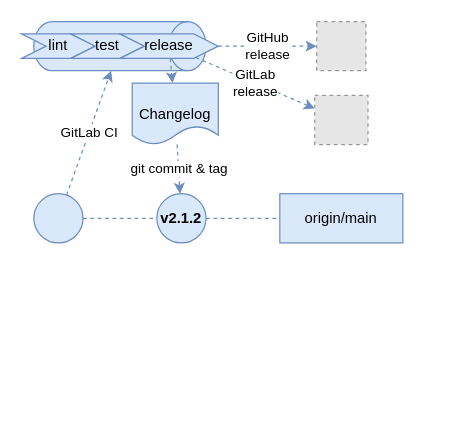
The draw.io diagram page "release" (2 of 5) of images/workflow.drawio in old-xebis/repository-template, before the edit. Source tidied: cells renumbered, new cells numbered last; positions are measured from the earlier drawing's top-left corner, leaving out a move shared by most shapes. Both pictures are drawn from the tidied source at 123%, with x=0, y=0 at pixel (21, -41). Pictures stored in the file or linked from it are replaced by grey dashed boxes.
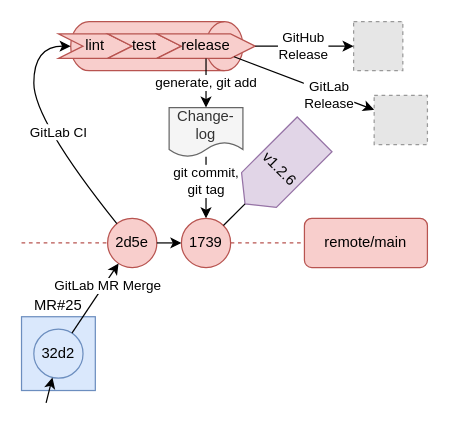
The same diagram, later.

Change to the diagram source:
```diff
@@
-    <mxCell id="0" />
-    <mxCell id="1" parent="0" />
-    <mxCell id="2" value="GitLab CI" style="rounded=0;jettySize=auto;html=1;fillColor=#dae8fc;strokeColor=#6c8ebf;dashed=1;" parent="1" edge="1" source="4" target="6">
-      <mxGeometry relative="1" as="geometry" />
-    </mxCell>
-    <mxCell id="3" style="edgeStyle=none;rounded=0;jettySize=auto;html=1;fillColor=#dae8fc;strokeColor=#6c8ebf;dashed=1;endArrow=none;endFill=0;" parent="1" edge="1" source="4" target="16">
-      <mxGeometry relative="1" as="geometry" />
-    </mxCell>
-    <mxCell id="4" style="ellipse;whiteSpace=wrap;html=1;fillColor=#dae8fc;strokeColor=#6c8ebf;verticalAlign=bottom;labelPosition=center;verticalLabelPosition=top;align=center;" parent="1" vertex="1">
-      <mxGeometry x="10" y="190" width="40" height="40" as="geometry" />
-    </mxCell>
-    <mxCell id="5" style="group;" parent="1" vertex="1">
-      <mxGeometry y="50" width="160" height="40" as="geometry" />
-    </mxCell>
-    <mxCell id="6" style="shape=cylinder3;whiteSpace=wrap;html=1;boundedLbl=1;backgroundOutline=1;size=15;verticalAlign=middle;rotation=90;fillColor=#dae8fc;strokeColor=#6c8ebf;" parent="5" vertex="1">
-      <mxGeometry x="60" y="-50" width="40" height="140" as="geometry" />
-    </mxCell>
+    <mxCell id="20" />
+    <mxCell id="21" parent="20" />
+    <mxCell id="22" value="2d5e" style="ellipse;whiteSpace=wrap;html=1;fillColor=#f8cecc;strokeColor=#b85450;" parent="21" vertex="1">
+      <mxGeometry x="70" y="210" width="40" height="40" as="geometry" />
+    </mxCell>
+    <mxCell id="23" value="1739" style="ellipse;whiteSpace=wrap;html=1;fillColor=#f8cecc;strokeColor=#b85450;" parent="21" vertex="1">
+      <mxGeometry x="130" y="210" width="40" height="40" as="geometry" />
+    </mxCell>
+    <mxCell id="24" value="v1.2.6" style="shape=loopLimit;whiteSpace=wrap;html=1;rotation=45;direction=west;fillColor=#e1d5e7;strokeColor=#9673a6;" parent="21" vertex="1">
+      <mxGeometry x="190" y="130" width="40" height="80" as="geometry" />
+    </mxCell>
+    <mxCell id="25" style="endArrow=classic;html=1;rounded=0;endFill=1;" parent="21" edge="1" source="22" target="23">
+      <mxGeometry relative="1" as="geometry" />
+    </mxCell>
+    <mxCell id="26" style="endArrow=none;html=1;rounded=0;" parent="21" edge="1" source="23" target="24">
+      <mxGeometry relative="1" as="geometry" />
+    </mxCell>
+    <mxCell id="27" style="endArrow=none;dashed=1;html=1;rounded=0;fillColor=#f8cecc;strokeColor=#b85450;" parent="21" edge="1" target="22">
+      <mxGeometry relative="1" as="geometry">
+        <mxPoint y="230" as="sourcePoint" />
+      </mxGeometry>
+    </mxCell>
+    <mxCell id="28" style="endArrow=none;dashed=1;html=1;rounded=0;fillColor=#f8cecc;strokeColor=#b85450;" parent="21" edge="1" source="23" target="38">
+      <mxGeometry relative="1" as="geometry" />
+    </mxCell>
+    <mxCell id="29" style="group;" parent="21" vertex="1">
+      <mxGeometry x="30" y="50" width="160" height="40" as="geometry" />
+    </mxCell>
+    <mxCell id="30" style="shape=cylinder3;whiteSpace=wrap;html=1;boundedLbl=1;backgroundOutline=1;size=15;direction=south;fillColor=#f8cecc;strokeColor=#b85450;" parent="29" vertex="1">
+      <mxGeometry x="10" width="140" height="40" as="geometry" />
+    </mxCell>
-    <mxCell id="7" value="lint" style="shape=step;perimeter=stepPerimeter;whiteSpace=wrap;html=1;fixedSize=1;verticalAlign=middle;fillColor=#dae8fc;strokeColor=#6c8ebf;" parent="5" vertex="1">
+    <mxCell id="7" value="lint" style="shape=step;perimeter=stepPerimeter;whiteSpace=wrap;html=1;fixedSize=1;fillColor=#f8cecc;strokeColor=#b85450;" parent="29" vertex="1">
       <mxGeometry y="10" width="60" height="20" as="geometry" />
     </mxCell>
-    <mxCell id="8" value="test" style="shape=step;perimeter=stepPerimeter;whiteSpace=wrap;html=1;fixedSize=1;verticalAlign=middle;fillColor=#dae8fc;strokeColor=#6c8ebf;" parent="5" vertex="1">
+    <mxCell id="8" value="test" style="shape=step;perimeter=stepPerimeter;whiteSpace=wrap;html=1;fixedSize=1;fillColor=#f8cecc;strokeColor=#b85450;" parent="29" vertex="1">
       <mxGeometry x="40" y="10" width="60" height="20" as="geometry" />
     </mxCell>
-    <mxCell id="9" value="release" style="shape=step;perimeter=stepPerimeter;whiteSpace=wrap;html=1;fixedSize=1;verticalAlign=middle;fillColor=#dae8fc;strokeColor=#6c8ebf;" parent="5" vertex="1">
+    <mxCell id="9" value="release" style="shape=step;perimeter=stepPerimeter;whiteSpace=wrap;html=1;fixedSize=1;fillColor=#f8cecc;strokeColor=#b85450;" parent="29" vertex="1">
       <mxGeometry x="80" y="10" width="80" height="20" as="geometry" />
     </mxCell>
-    <mxCell id="10" value="Changelog" style="shape=document;whiteSpace=wrap;html=1;boundedLbl=1;strokeColor=#6c8ebf;fillColor=#dae8fc;verticalAlign=bottom;" parent="1" vertex="1">
-      <mxGeometry x="90" y="100" width="70" height="50" as="geometry" />
-    </mxCell>
-    <mxCell id="11" style="rounded=0;jettySize=auto;html=1;fillColor=#dae8fc;strokeColor=#6c8ebf;dashed=1;" parent="1" edge="1" source="9" target="10">
-      <mxGeometry relative="1" as="geometry" />
-    </mxCell>
-    <mxCell id="12" value="git commit &amp;amp; tag" style="rounded=0;jettySize=auto;html=1;fillColor=#dae8fc;strokeColor=#6c8ebf;dashed=1;" parent="1" edge="1" source="10" target="16">
-      <mxGeometry relative="1" as="geometry" />
-    </mxCell>
-    <mxCell id="13" value="GitHub&lt;br&gt;release" style="edgeStyle=none;rounded=0;jettySize=auto;html=1;dashed=1;endArrow=classic;endFill=1;strokeColor=#6c8ebf;fillColor=#dae8fc;" parent="1" edge="1" source="9" target="18">
-      <mxGeometry relative="1" as="geometry" />
-    </mxCell>
-    <mxCell id="14" value="GitLab&lt;br&gt;release" style="edgeStyle=none;rounded=0;jettySize=auto;html=1;dashed=1;endArrow=classic;endFill=1;strokeColor=#6c8ebf;fillColor=#dae8fc;" parent="1" edge="1" source="9" target="17">
-      <mxGeometry relative="1" as="geometry" />
-    </mxCell>
-    <mxCell id="15" style="edgeStyle=none;rounded=0;jettySize=auto;html=1;dashed=1;endArrow=none;endFill=0;strokeColor=#6c8ebf;fillColor=#dae8fc;" parent="1" edge="1" source="16" target="19">
-      <mxGeometry relative="1" as="geometry" />
-    </mxCell>
-    <mxCell id="16" value="v2.1.2" style="ellipse;whiteSpace=wrap;html=1;fillColor=#dae8fc;strokeColor=#6c8ebf;verticalAlign=middle;labelPosition=center;verticalLabelPosition=middle;align=center;fontStyle=1;" parent="1" vertex="1">
-      <mxGeometry x="110" y="190" width="40" height="40" as="geometry" />
-    </mxCell>
-    <mxCell id="17" style="fillColor=#E6E6E6;strokeColor=#999999;dashed=1;html=1;verticalLabelPosition=bottom;verticalAlign=top;" parent="1" vertex="1">
-      <mxGeometry x="238.4" y="110" width="43.3" height="40" as="geometry" />
-    </mxCell>
-    <mxCell id="18" style="fillColor=#E6E6E6;strokeColor=#999999;dashed=1;html=1;verticalLabelPosition=bottom;verticalAlign=top;spacing=2;" parent="1" vertex="1">
-      <mxGeometry x="240" y="50" width="40" height="40" as="geometry" />
-    </mxCell>
-    <mxCell id="19" value="origin/main" style="whiteSpace=wrap;html=1;fontStyle=0;strokeColor=#6c8ebf;fillColor=#dae8fc;" parent="1" vertex="1">
-      <mxGeometry x="210" y="190" width="100" height="40" as="geometry" />
-    </mxCell>
+    <mxCell id="31" value="Change-&lt;br&gt;log" style="shape=document;whiteSpace=wrap;html=1;boundedLbl=1;fillColor=#f5f5f5;fontColor=#333333;strokeColor=#666666;" parent="21" vertex="1">
+      <mxGeometry x="120" y="120" width="60" height="40" as="geometry" />
+    </mxCell>
+    <mxCell id="32" value="generate, git add" style="endArrow=classic;html=1;rounded=0;" parent="21" edge="1" source="9" target="31">
+      <mxGeometry relative="1" as="geometry" />
+    </mxCell>
+    <mxCell id="33" value="git commit,&lt;br&gt;git tag" style="endArrow=classic;html=1;rounded=0;" parent="21" edge="1" source="31" target="23">
+      <mxGeometry x="-0.2" relative="1" as="geometry" />
+    </mxCell>
+    <mxCell id="2" value="GitLab CI" style="curved=1;endArrow=classic;html=1;rounded=0;" parent="21" edge="1" source="22" target="30">
+      <mxGeometry x="-0.11" y="-9" relative="1" as="geometry">
+        <Array as="points">
+          <mxPoint x="10" y="130" />
+          <mxPoint x="10" y="70" />
+        </Array>
+      </mxGeometry>
+    </mxCell>
+    <mxCell id="34" style="fillColor=#E6E6E6;strokeColor=#999999;dashed=1;html=1;verticalLabelPosition=bottom;verticalAlign=top;" parent="21" vertex="1">
+      <mxGeometry x="286.7" y="110" width="43.3" height="40" as="geometry" />
+    </mxCell>
+    <mxCell id="35" style="fillColor=#E6E6E6;strokeColor=#999999;dashed=1;html=1;verticalLabelPosition=bottom;verticalAlign=top;spacing=2;" parent="21" vertex="1">
+      <mxGeometry x="270" y="50" width="40" height="40" as="geometry" />
+    </mxCell>
+    <mxCell id="36" value="GitLab&lt;br&gt;Release" style="endArrow=classic;html=1;rounded=0;" parent="21" edge="1" source="9" target="34">
+      <mxGeometry x="0.37" y="-2" relative="1" as="geometry" />
+    </mxCell>
+    <mxCell id="37" value="GitHub&lt;br&gt;Release" style="endArrow=classic;html=1;rounded=0;" parent="21" edge="1" source="9" target="35">
+      <mxGeometry x="-0.02" relative="1" as="geometry" />
+    </mxCell>
+    <mxCell id="38" value="remote/main" style="rounded=1;whiteSpace=wrap;html=1;fillColor=#f8cecc;strokeColor=#b85450;" parent="21" vertex="1">
+      <mxGeometry x="230" y="210" width="100" height="40" as="geometry" />
+    </mxCell>
+    <mxCell id="39" value="MR#25" style="rounded=0;whiteSpace=wrap;html=1;fillColor=#dae8fc;strokeColor=#6c8ebf;labelPosition=center;verticalLabelPosition=top;align=center;verticalAlign=bottom;" parent="21" vertex="1">
+      <mxGeometry y="290" width="60" height="60" as="geometry" />
+    </mxCell>
+    <mxCell id="40" value="32d2" style="ellipse;whiteSpace=wrap;html=1;fillColor=#dae8fc;strokeColor=#6c8ebf;" parent="21" vertex="1">
+      <mxGeometry x="10" y="300" width="40" height="40" as="geometry" />
+    </mxCell>
+    <mxCell id="41" value="GitLab MR&amp;nbsp;Merge" style="endArrow=classic;html=1;rounded=0;endFill=1;" parent="21" edge="1" source="40" target="22">
+      <mxGeometry x="0.41" y="-3" relative="1" as="geometry" />
+    </mxCell>
+    <mxCell id="42" style="endArrow=classic;html=1;rounded=0;endFill=1;" parent="21" edge="1" target="40">
+      <mxGeometry relative="1" as="geometry">
+        <mxPoint x="20" y="360" as="sourcePoint" />
+      </mxGeometry>
+    </mxCell>
```
